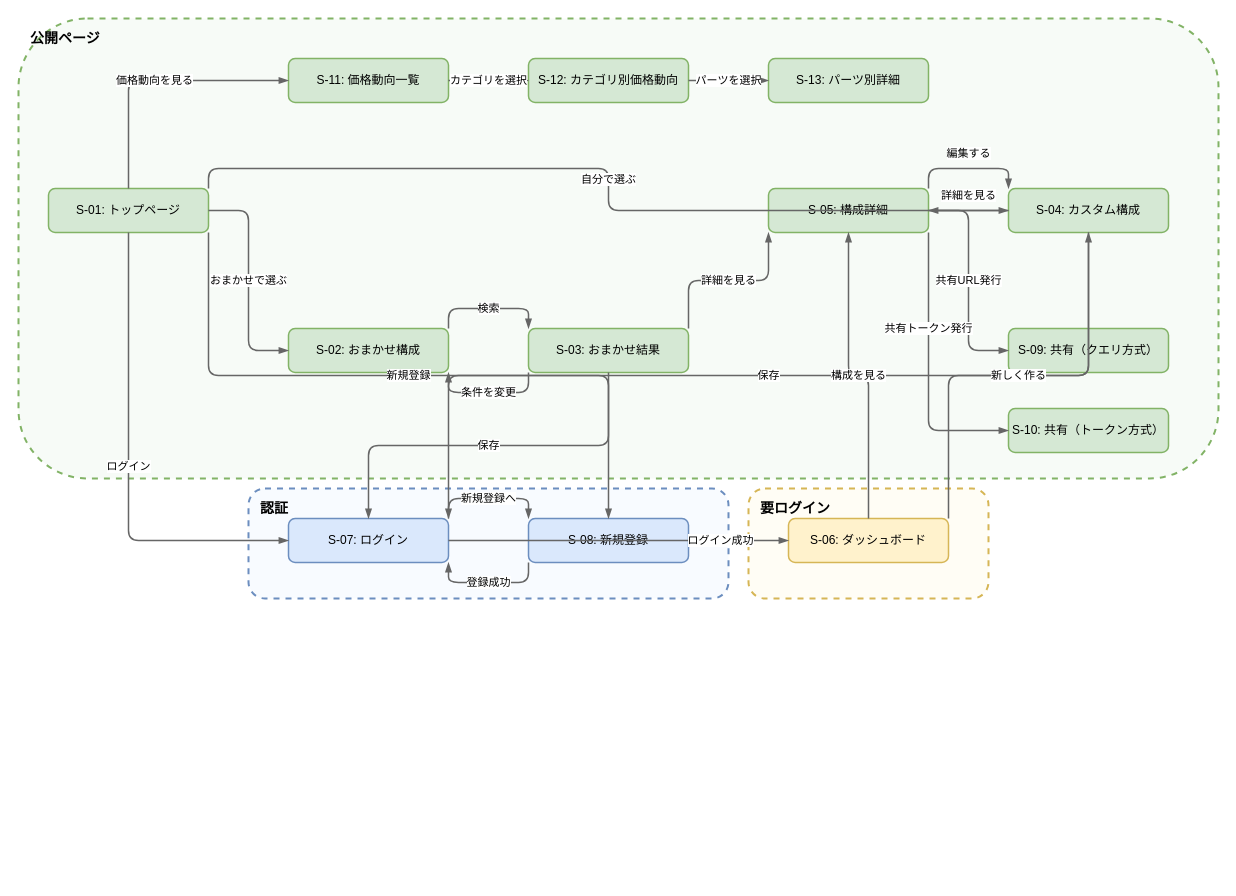
This is docs/diagrams/user-screen-flow.drawio from kosei-w90607/RigLab, a draw.io file, before an edit. Source tidied: cells renumbered, new cells numbered last; positions are measured from the earlier drawing's top-left corner, leaving out a move shared by most shapes. Both pictures are drawn from the tidied source at 100%, with x=0, y=0 at pixel (18, 18).
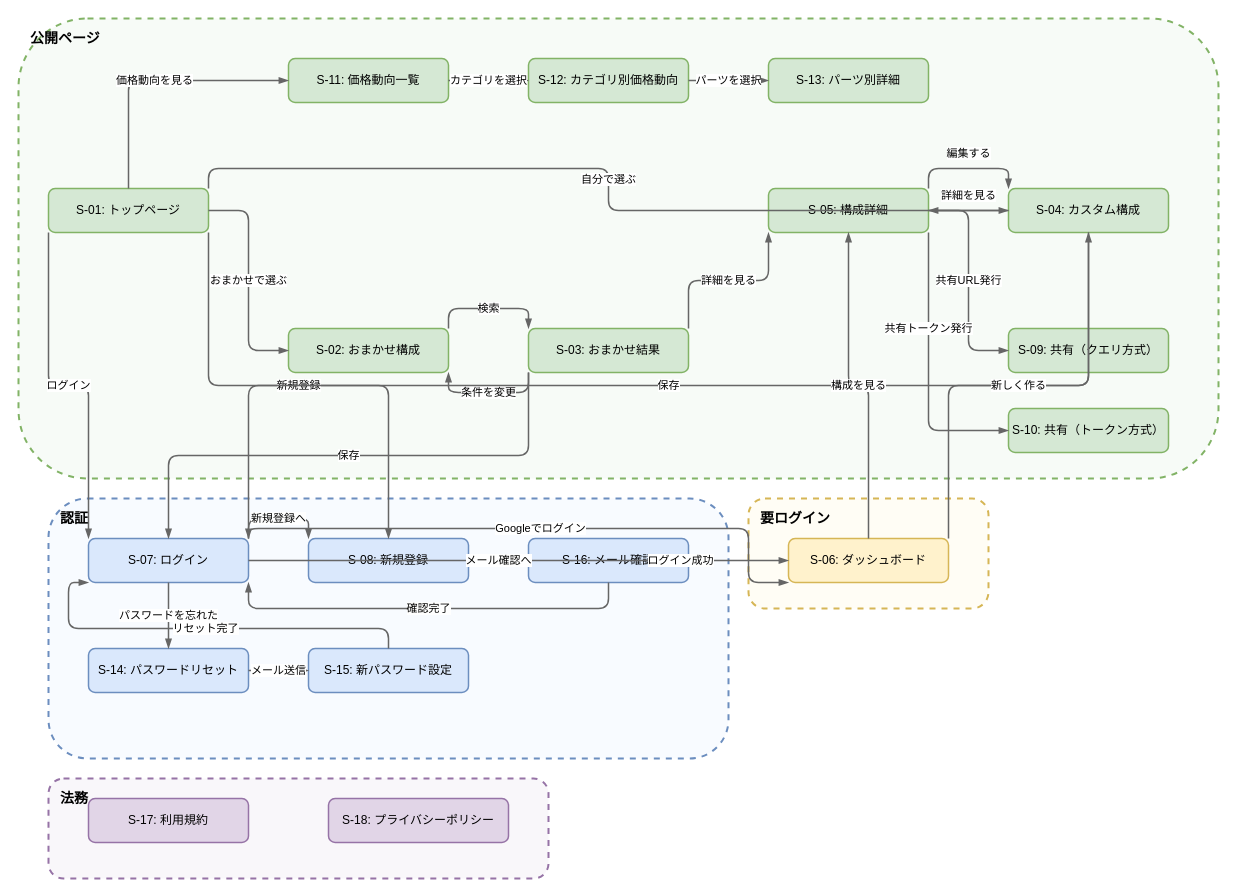
The same page after the edit.

Unchanged cells that the change refers to:
```xml
<mxCell id="5" value="S-01: トップページ" style="rounded=1;whiteSpace=wrap;html=1;fontSize=12;fillColor=#d5e8d4;strokeColor=#82b366;strokeWidth=1.5;" parent="1" vertex="1">
  <mxGeometry x="30" y="170" width="160" height="44" as="geometry" />
</mxCell>
<mxCell id="7" value="S-03: おまかせ結果" style="rounded=1;whiteSpace=wrap;html=1;fontSize=12;fillColor=#d5e8d4;strokeColor=#82b366;strokeWidth=1.5;" parent="1" vertex="1">
  <mxGeometry x="510" y="310" width="160" height="44" as="geometry" />
</mxCell>
```

The edit, as a diff of the source:
```diff
@@
     <mxCell id="3" value="認証" style="rounded=1;whiteSpace=wrap;html=1;fontSize=14;fontStyle=1;fillColor=#dae8fc;strokeColor=#6c8ebf;strokeWidth=2;dashed=1;verticalAlign=top;align=left;spacingLeft=10;spacingTop=5;fillOpacity=20;" parent="1" vertex="1">
-      <mxGeometry x="230" y="470" width="480" height="110" as="geometry" />
+      <mxGeometry x="30" y="480" width="680" height="260" as="geometry" />
     </mxCell>
     <mxCell id="4" value="要ログイン" style="rounded=1;whiteSpace=wrap;html=1;fontSize=14;fontStyle=1;fillColor=#fff2cc;strokeColor=#d6b656;strokeWidth=2;dashed=1;verticalAlign=top;align=left;spacingLeft=10;spacingTop=5;fillOpacity=20;" parent="1" vertex="1">
-      <mxGeometry x="730" y="470" width="240" height="110" as="geometry" />
+      <mxGeometry x="730" y="480" width="240" height="110" as="geometry" />
     </mxCell>
+    <mxCell id="39" value="法務" style="rounded=1;whiteSpace=wrap;html=1;fontSize=14;fontStyle=1;fillColor=#e1d5e7;strokeColor=#9673a6;strokeWidth=2;dashed=1;verticalAlign=top;align=left;spacingLeft=10;spacingTop=5;fillOpacity=20;" parent="1" vertex="1">
+      <mxGeometry x="30" y="760" width="500" height="100" as="geometry" />
+    </mxCell>
@@
     <mxCell id="10" value="S-06: ダッシュボード" style="rounded=1;whiteSpace=wrap;html=1;fontSize=12;fillColor=#fff2cc;strokeColor=#d6b656;strokeWidth=1.5;" parent="1" vertex="1">
-      <mxGeometry x="770" y="500" width="160" height="44" as="geometry" />
+      <mxGeometry x="770" y="520" width="160" height="44" as="geometry" />
     </mxCell>
     <mxCell id="11" value="S-07: ログイン" style="rounded=1;whiteSpace=wrap;html=1;fontSize=12;fillColor=#dae8fc;strokeColor=#6c8ebf;strokeWidth=1.5;" parent="1" vertex="1">
-      <mxGeometry x="270" y="500" width="160" height="44" as="geometry" />
+      <mxGeometry x="70" y="520" width="160" height="44" as="geometry" />
     </mxCell>
     <mxCell id="12" value="S-08: 新規登録" style="rounded=1;whiteSpace=wrap;html=1;fontSize=12;fillColor=#dae8fc;strokeColor=#6c8ebf;strokeWidth=1.5;" parent="1" vertex="1">
-      <mxGeometry x="510" y="500" width="160" height="44" as="geometry" />
+      <mxGeometry x="290" y="520" width="160" height="44" as="geometry" />
     </mxCell>
@@
+    <mxCell id="40" value="S-14: パスワードリセット" style="rounded=1;whiteSpace=wrap;html=1;fontSize=12;fillColor=#dae8fc;strokeColor=#6c8ebf;strokeWidth=1.5;" parent="1" vertex="1">
+      <mxGeometry x="70" y="630" width="160" height="44" as="geometry" />
+    </mxCell>
+    <mxCell id="41" value="S-15: 新パスワード設定" style="rounded=1;whiteSpace=wrap;html=1;fontSize=12;fillColor=#dae8fc;strokeColor=#6c8ebf;strokeWidth=1.5;" parent="1" vertex="1">
+      <mxGeometry x="290" y="630" width="160" height="44" as="geometry" />
+    </mxCell>
+    <mxCell id="42" value="S-16: メール確認" style="rounded=1;whiteSpace=wrap;html=1;fontSize=12;fillColor=#dae8fc;strokeColor=#6c8ebf;strokeWidth=1.5;" parent="1" vertex="1">
+      <mxGeometry x="510" y="520" width="160" height="44" as="geometry" />
+    </mxCell>
+    <mxCell id="43" value="S-17: 利用規約" style="rounded=1;whiteSpace=wrap;html=1;fontSize=12;fillColor=#e1d5e7;strokeColor=#9673a6;strokeWidth=1.5;" parent="1" vertex="1">
+      <mxGeometry x="70" y="780" width="160" height="44" as="geometry" />
+    </mxCell>
+    <mxCell id="44" value="S-18: プライバシーポリシー" style="rounded=1;whiteSpace=wrap;html=1;fontSize=12;fillColor=#e1d5e7;strokeColor=#9673a6;strokeWidth=1.5;" parent="1" vertex="1">
+      <mxGeometry x="310" y="780" width="180" height="44" as="geometry" />
+    </mxCell>
@@
-    <mxCell id="21" value="ログイン" style="edgeStyle=orthogonalEdgeStyle;rounded=1;jettySize=auto;html=1;endArrow=blockThin;endFill=1;strokeColor=#666666;strokeWidth=1.5;fontSize=11;labelBackgroundColor=#ffffff;exitX=0.5;exitY=1;exitDx=0;exitDy=0;entryX=0;entryY=0.5;entryDx=0;entryDy=0;" parent="1" edge="1" source="5" target="11">
+    <mxCell id="21" value="ログイン" style="edgeStyle=orthogonalEdgeStyle;rounded=1;jettySize=auto;html=1;endArrow=blockThin;endFill=1;strokeColor=#666666;strokeWidth=1.5;fontSize=11;labelBackgroundColor=#ffffff;exitX=0;exitY=1;exitDx=0;exitDy=0;entryX=0;entryY=0;entryDx=0;entryDy=0;" parent="1" edge="1" source="5" target="11">
       <mxGeometry relative="1" as="geometry" />
     </mxCell>
@@
-    <mxCell id="28" value="保存" style="edgeStyle=orthogonalEdgeStyle;rounded=1;jettySize=auto;html=1;endArrow=blockThin;endFill=1;strokeColor=#666666;strokeWidth=1.5;fontSize=11;labelBackgroundColor=#ffffff;exitX=0.5;exitY=1;exitDx=0;exitDy=0;entryX=0.5;entryY=0;entryDx=0;entryDy=0;" parent="1" edge="1" source="7" target="11">
+    <mxCell id="28" value="保存" style="edgeStyle=orthogonalEdgeStyle;rounded=1;jettySize=auto;html=1;endArrow=blockThin;endFill=1;strokeColor=#666666;strokeWidth=1.5;fontSize=11;labelBackgroundColor=#ffffff;exitX=0;exitY=1;exitDx=0;exitDy=0;entryX=0.5;entryY=0;entryDx=0;entryDy=0;" parent="1" edge="1" source="7" target="11">
       <mxGeometry relative="1" as="geometry" />
     </mxCell>
@@
-    <mxCell id="33" value="登録成功" style="edgeStyle=orthogonalEdgeStyle;rounded=1;jettySize=auto;html=1;endArrow=blockThin;endFill=1;strokeColor=#666666;strokeWidth=1.5;fontSize=11;labelBackgroundColor=#ffffff;exitX=0;exitY=1;exitDx=0;exitDy=0;entryX=1;entryY=1;entryDx=0;entryDy=0;" parent="1" edge="1" source="12" target="11">
+    <mxCell id="33" value="メール確認へ" style="edgeStyle=orthogonalEdgeStyle;rounded=1;jettySize=auto;html=1;endArrow=blockThin;endFill=1;strokeColor=#666666;strokeWidth=1.5;fontSize=11;labelBackgroundColor=#ffffff;exitX=1;exitY=0.5;exitDx=0;exitDy=0;entryX=0;entryY=0.5;entryDx=0;entryDy=0;" parent="1" edge="1" source="12" target="42">
       <mxGeometry relative="1" as="geometry" />
     </mxCell>
@@
+    <mxCell id="45" value="確認完了" style="edgeStyle=orthogonalEdgeStyle;rounded=1;jettySize=auto;html=1;endArrow=blockThin;endFill=1;strokeColor=#666666;strokeWidth=1.5;fontSize=11;labelBackgroundColor=#ffffff;exitX=0.5;exitY=1;exitDx=0;exitDy=0;entryX=1;entryY=1;entryDx=0;entryDy=0;" parent="1" edge="1" source="42" target="11">
+      <mxGeometry relative="1" as="geometry">
+        <Array as="points">
+          <mxPoint x="590" y="590" />
+          <mxPoint x="230" y="590" />
+        </Array>
+      </mxGeometry>
+    </mxCell>
+    <mxCell id="46" value="パスワードを忘れた" style="edgeStyle=orthogonalEdgeStyle;rounded=1;jettySize=auto;html=1;endArrow=blockThin;endFill=1;strokeColor=#666666;strokeWidth=1.5;fontSize=11;labelBackgroundColor=#ffffff;exitX=0.5;exitY=1;exitDx=0;exitDy=0;entryX=0.5;entryY=0;entryDx=0;entryDy=0;" parent="1" edge="1" source="11" target="40">
+      <mxGeometry relative="1" as="geometry" />
+    </mxCell>
+    <mxCell id="47" value="メール送信" style="edgeStyle=orthogonalEdgeStyle;rounded=1;jettySize=auto;html=1;endArrow=blockThin;endFill=1;strokeColor=#666666;strokeWidth=1.5;fontSize=11;labelBackgroundColor=#ffffff;exitX=1;exitY=0.5;exitDx=0;exitDy=0;entryX=0;entryY=0.5;entryDx=0;entryDy=0;" parent="1" edge="1" source="40" target="41">
+      <mxGeometry relative="1" as="geometry" />
+    </mxCell>
+    <mxCell id="48" value="リセット完了" style="edgeStyle=orthogonalEdgeStyle;rounded=1;jettySize=auto;html=1;endArrow=blockThin;endFill=1;strokeColor=#666666;strokeWidth=1.5;fontSize=11;labelBackgroundColor=#ffffff;exitX=0.5;exitY=0;exitDx=0;exitDy=0;entryX=0;entryY=1;entryDx=0;entryDy=0;" parent="1" edge="1" source="41" target="11">
+      <mxGeometry relative="1" as="geometry">
+        <Array as="points">
+          <mxPoint x="370" y="610" />
+          <mxPoint x="50" y="610" />
+          <mxPoint x="50" y="564" />
+        </Array>
+      </mxGeometry>
+    </mxCell>
+    <mxCell id="49" value="Googleでログイン" style="edgeStyle=orthogonalEdgeStyle;rounded=1;jettySize=auto;html=1;endArrow=blockThin;endFill=1;strokeColor=#666666;strokeWidth=1.5;fontSize=11;labelBackgroundColor=#ffffff;exitX=1;exitY=0;exitDx=0;exitDy=0;entryX=0;entryY=1;entryDx=0;entryDy=0;" parent="1" edge="1" source="11" target="10">
+      <mxGeometry relative="1" as="geometry">
+        <Array as="points">
+          <mxPoint x="230" y="510" />
+          <mxPoint x="730" y="510" />
+          <mxPoint x="730" y="564" />
+        </Array>
+      </mxGeometry>
+    </mxCell>
```
